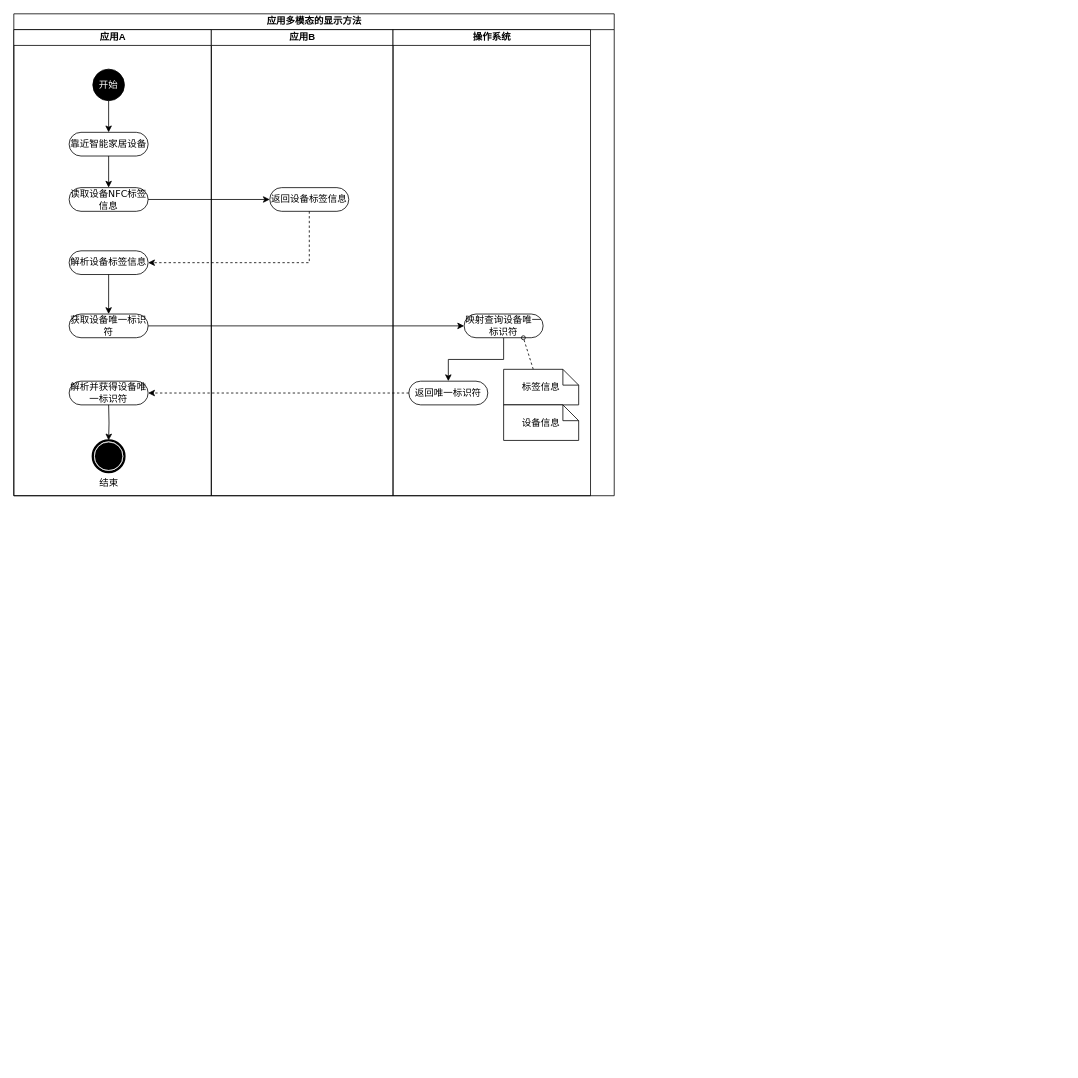
Earlier version of the draw.io diagram draw/应用多模态的显示方法.drawio (befairyliu/draw.io). Source tidied: cells renumbered, new cells numbered last; positions are measured from the earlier drawing's top-left corner, leaving out a move shared by most shapes. Both pictures are drawn from the tidied source at 79%, with x=0, y=0 at pixel (13, 13).
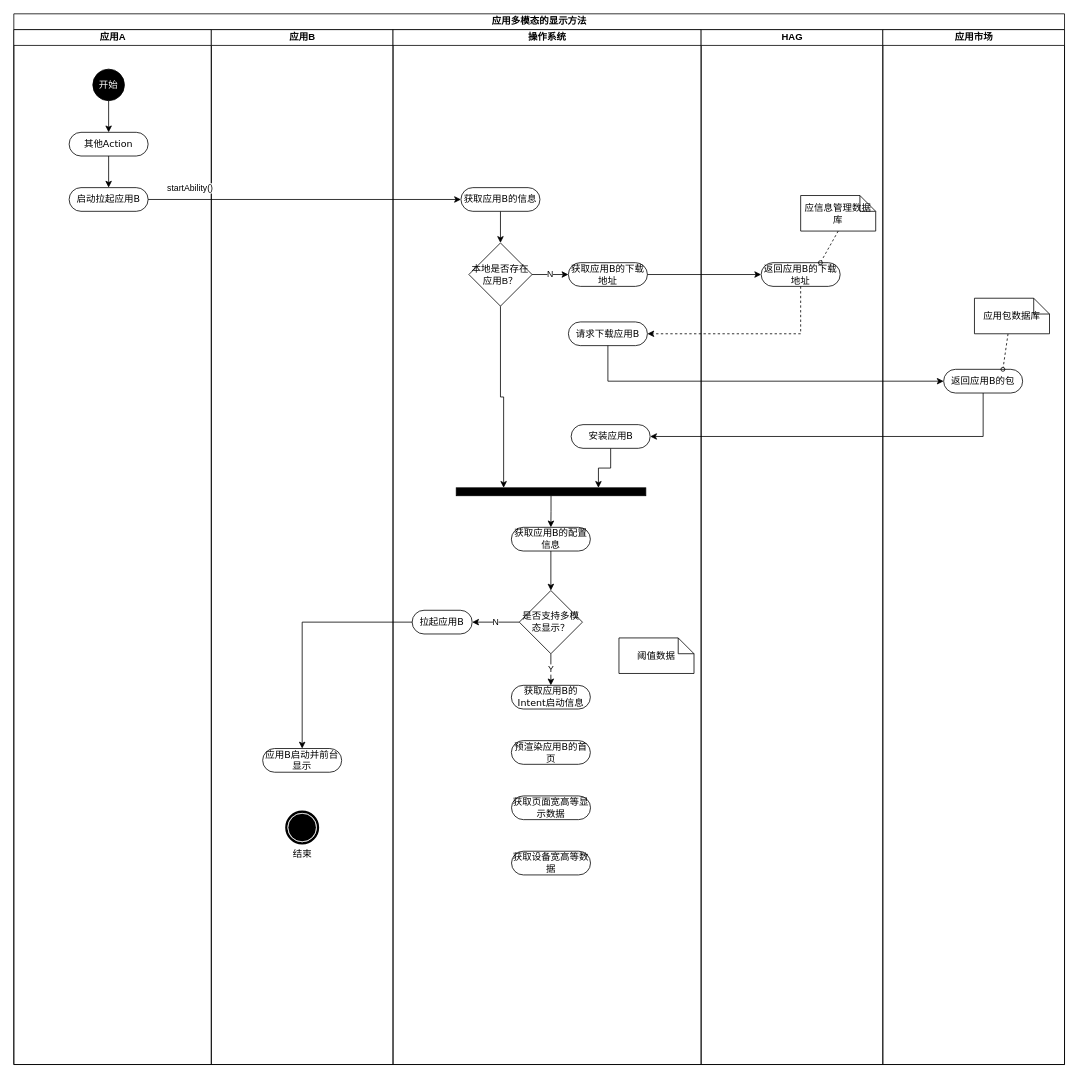
After the change.

Commit message (it also covers changes not shown here):
Update 应用多模态的显示方法.drawio

Diff of the diagram source:
```diff
@@
     <mxCell id="2" value="应用多模态的显示方法" style="swimlane;html=1;startSize=20;rounded=0;shadow=0;comic=0;labelBackgroundColor=none;strokeWidth=1;fontFamily=Verdana;fontSize=12;align=center;" parent="1" vertex="1">
-      <mxGeometry width="760" height="610" as="geometry" />
+      <mxGeometry width="1330" height="1330" as="geometry" />
     </mxCell>
     <mxCell id="3" value="应用A" style="swimlane;html=1;startSize=20;" parent="2" vertex="1">
-      <mxGeometry y="20" width="250" height="590" as="geometry" />
+      <mxGeometry y="20" width="250" height="1310" as="geometry" />
     </mxCell>
-    <mxCell id="4" value="获取设备唯一标识符" style="rounded=1;whiteSpace=wrap;html=1;shadow=0;comic=0;labelBackgroundColor=none;strokeWidth=1;fontFamily=Verdana;fontSize=12;align=center;arcSize=50;" parent="3" vertex="1">
-      <mxGeometry x="70" y="360" width="100" height="30" as="geometry" />
-    </mxCell>
-    <mxCell id="5" value="解析并获得设备唯一标识符" style="rounded=1;whiteSpace=wrap;html=1;shadow=0;comic=0;labelBackgroundColor=none;strokeWidth=1;fontFamily=Verdana;fontSize=12;align=center;arcSize=50;" parent="3" vertex="1">
-      <mxGeometry x="70" y="445" width="100" height="30" as="geometry" />
-    </mxCell>
-    <mxCell id="6" style="edgeStyle=orthogonalEdgeStyle;rounded=0;jettySize=auto;html=1;exitX=0.5;exitY=1;exitDx=0;exitDy=0;entryX=0.5;entryY=0;entryDx=0;entryDy=0;" parent="3" edge="1" target="7">
-      <mxGeometry relative="1" as="geometry">
-        <mxPoint x="120" y="475" as="sourcePoint" />
-      </mxGeometry>
-    </mxCell>
+    <mxCell id="8" value="应用B" style="swimlane;html=1;startSize=20;" parent="2" vertex="1">
+      <mxGeometry x="250" y="20" width="230" height="1310" as="geometry" />
+    </mxCell>
+    <mxCell id="28" value="应用B启动并前台显示" style="rounded=1;whiteSpace=wrap;html=1;shadow=0;comic=0;labelBackgroundColor=none;strokeWidth=1;fontFamily=Verdana;fontSize=12;align=center;arcSize=50;" parent="8" vertex="1">
+      <mxGeometry x="65" y="910" width="100" height="30" as="geometry" />
+    </mxCell>
-    <mxCell id="7" value="结束" style="shape=mxgraph.bpmn.shape;html=1;verticalLabelPosition=bottom;labelBackgroundColor=#ffffff;verticalAlign=top;perimeter=ellipsePerimeter;outline=end;symbol=terminate;rounded=0;shadow=0;comic=0;strokeWidth=1;fontFamily=Verdana;fontSize=12;align=center;" parent="3" vertex="1">
-      <mxGeometry x="100" y="520" width="40" height="40" as="geometry" />
+    <mxCell id="7" value="结束" style="shape=mxgraph.bpmn.shape;html=1;verticalLabelPosition=bottom;labelBackgroundColor=#ffffff;verticalAlign=top;perimeter=ellipsePerimeter;outline=end;symbol=terminate;rounded=0;shadow=0;comic=0;strokeWidth=1;fontFamily=Verdana;fontSize=12;align=center;" parent="8" vertex="1">
+      <mxGeometry x="95" y="990" width="40" height="40" as="geometry" />
     </mxCell>
-    <mxCell id="8" value="应用B" style="swimlane;html=1;startSize=20;" parent="2" vertex="1">
-      <mxGeometry x="250" y="20" width="230" height="590" as="geometry" />
-    </mxCell>
-    <mxCell id="9" value="返回设备标签信息" style="rounded=1;whiteSpace=wrap;html=1;shadow=0;comic=0;labelBackgroundColor=none;strokeWidth=1;fontFamily=Verdana;fontSize=12;align=center;arcSize=50;" parent="8" vertex="1">
-      <mxGeometry x="74" y="200" width="100" height="30" as="geometry" />
-    </mxCell>
     <mxCell id="10" value="操作系统" style="swimlane;html=1;startSize=20;" parent="2" vertex="1">
-      <mxGeometry x="480" y="20" width="250" height="590" as="geometry" />
+      <mxGeometry x="480" y="20" width="390" height="1310" as="geometry" />
     </mxCell>
@@
-    <mxCell id="14" value="靠近智能家居设备" style="rounded=1;whiteSpace=wrap;html=1;shadow=0;comic=0;labelBackgroundColor=none;strokeWidth=1;fontFamily=Verdana;fontSize=12;align=center;arcSize=50;" parent="10" vertex="1">
+    <mxCell id="14" value="其他Action" style="rounded=1;whiteSpace=wrap;html=1;shadow=0;comic=0;labelBackgroundColor=none;strokeWidth=1;fontFamily=Verdana;fontSize=12;align=center;arcSize=50;" parent="10" vertex="1">
       <mxGeometry x="-410" y="130" width="100" height="30" as="geometry" />
     </mxCell>
-    <mxCell id="15" value="读取设备NFC标签信息" style="rounded=1;whiteSpace=wrap;html=1;shadow=0;comic=0;labelBackgroundColor=none;strokeWidth=1;fontFamily=Verdana;fontSize=12;align=center;arcSize=50;" parent="10" vertex="1">
+    <mxCell id="15" value="启动拉起应用B" style="rounded=1;whiteSpace=wrap;html=1;shadow=0;comic=0;labelBackgroundColor=none;strokeWidth=1;fontFamily=Verdana;fontSize=12;align=center;arcSize=50;" parent="10" vertex="1">
       <mxGeometry x="-410" y="200" width="100" height="30" as="geometry" />
     </mxCell>
-    <mxCell id="16" value="解析设备标签信息" style="rounded=1;whiteSpace=wrap;html=1;shadow=0;comic=0;labelBackgroundColor=none;strokeWidth=1;fontFamily=Verdana;fontSize=12;align=center;arcSize=50;" parent="10" vertex="1">
-      <mxGeometry x="-410" y="280" width="100" height="30" as="geometry" />
-    </mxCell>
-    <mxCell id="17" value="返回唯一标识符" style="rounded=1;whiteSpace=wrap;html=1;shadow=0;comic=0;labelBackgroundColor=none;strokeWidth=1;fontFamily=Verdana;fontSize=12;align=center;arcSize=50;" parent="10" vertex="1">
-      <mxGeometry x="20" y="445" width="100" height="30" as="geometry" />
-    </mxCell>
-    <mxCell id="18" style="edgeStyle=orthogonalEdgeStyle;rounded=0;jettySize=auto;html=1;exitX=0.5;exitY=1;exitDx=0;exitDy=0;entryX=0.5;entryY=0;entryDx=0;entryDy=0;" parent="10" edge="1" source="19" target="17">
-      <mxGeometry relative="1" as="geometry" />
-    </mxCell>
-    <mxCell id="19" value="映射查询设备唯一标识符" style="rounded=1;whiteSpace=wrap;html=1;shadow=0;comic=0;labelBackgroundColor=none;strokeWidth=1;fontFamily=Verdana;fontSize=12;align=center;arcSize=50;" parent="10" vertex="1">
-      <mxGeometry x="90" y="360" width="100" height="30" as="geometry" />
-    </mxCell>
-    <mxCell id="20" style="edgeStyle=none;rounded=0;html=1;dashed=1;labelBackgroundColor=none;startArrow=none;startFill=0;startSize=5;endArrow=oval;endFill=0;endSize=5;jettySize=auto;strokeWidth=1;fontFamily=Verdana;fontSize=12;exitX=0;exitY=0;exitDx=37.5;exitDy=0;exitPerimeter=0;entryX=0.75;entryY=1;entryDx=0;entryDy=0;" parent="10" edge="1" source="21" target="19">
-      <mxGeometry relative="1" as="geometry" />
-    </mxCell>
-    <mxCell id="21" value="标签信息" style="shape=note;whiteSpace=wrap;html=1;rounded=0;shadow=0;comic=0;labelBackgroundColor=none;strokeWidth=1;fontFamily=Verdana;fontSize=12;align=center;size=20;" parent="10" vertex="1">
-      <mxGeometry x="140" y="430" width="95" height="45" as="geometry" />
-    </mxCell>
-    <mxCell id="22" value="设备信息" style="shape=note;whiteSpace=wrap;html=1;rounded=0;shadow=0;comic=0;labelBackgroundColor=none;strokeWidth=1;fontFamily=Verdana;fontSize=12;align=center;size=20;" parent="10" vertex="1">
-      <mxGeometry x="140" y="475" width="95" height="45" as="geometry" />
-    </mxCell>
-    <mxCell id="23" style="edgeStyle=orthogonalEdgeStyle;rounded=0;jettySize=auto;html=1;exitX=1;exitY=0.5;exitDx=0;exitDy=0;entryX=0;entryY=0.5;entryDx=0;entryDy=0;" parent="2" edge="1" source="15" target="9">
+    <mxCell id="23" style="edgeStyle=orthogonalEdgeStyle;rounded=0;jettySize=auto;html=1;exitX=1;exitY=0.5;exitDx=0;exitDy=0;entryX=0;entryY=0.5;entryDx=0;entryDy=0;" parent="10" edge="1" source="15" target="9">
       <mxGeometry relative="1" as="geometry" />
     </mxCell>
-    <mxCell id="24" style="edgeStyle=orthogonalEdgeStyle;rounded=0;jettySize=auto;html=1;exitX=0.5;exitY=1;exitDx=0;exitDy=0;entryX=1;entryY=0.5;entryDx=0;entryDy=0;dashed=1;" parent="2" edge="1" source="9" target="16">
-      <mxGeometry relative="1" as="geometry" />
-    </mxCell>
-    <mxCell id="25" style="edgeStyle=orthogonalEdgeStyle;rounded=0;jettySize=auto;html=1;exitX=0.5;exitY=1;exitDx=0;exitDy=0;" parent="2" edge="1" source="16" target="4">
-      <mxGeometry relative="1" as="geometry" />
-    </mxCell>
-    <mxCell id="26" style="edgeStyle=orthogonalEdgeStyle;rounded=0;jettySize=auto;html=1;exitX=1;exitY=0.5;exitDx=0;exitDy=0;entryX=0;entryY=0.5;entryDx=0;entryDy=0;" parent="2" edge="1" source="4" target="19">
-      <mxGeometry relative="1" as="geometry" />
-    </mxCell>
-    <mxCell id="27" style="edgeStyle=orthogonalEdgeStyle;rounded=0;jettySize=auto;html=1;exitX=0;exitY=0.5;exitDx=0;exitDy=0;entryX=1;entryY=0.5;entryDx=0;entryDy=0;dashed=1;" parent="2" edge="1" source="17" target="5">
-      <mxGeometry relative="1" as="geometry" />
-    </mxCell>
+    <mxCell id="29" value="startAbility()" style="edgeLabel;html=1;align=center;verticalAlign=middle;" parent="23" vertex="1">
+      <mxGeometry x="-0.76" relative="1" as="geometry">
+        <mxPoint x="4" y="-15" as="offset" />
+      </mxGeometry>
+    </mxCell>
+    <mxCell id="30" value="N" style="edgeStyle=orthogonalEdgeStyle;rounded=0;jettySize=auto;html=1;exitX=1;exitY=0.5;exitDx=0;exitDy=0;entryX=0;entryY=0.5;entryDx=0;entryDy=0;" parent="10" edge="1" source="32" target="46">
+      <mxGeometry relative="1" as="geometry" />
+    </mxCell>
+    <mxCell id="31" style="edgeStyle=orthogonalEdgeStyle;rounded=0;jettySize=auto;html=1;exitX=0.5;exitY=1;exitDx=0;exitDy=0;entryX=0.25;entryY=0;entryDx=0;entryDy=0;" parent="10" edge="1" source="32" target="42">
+      <mxGeometry relative="1" as="geometry" />
+    </mxCell>
+    <mxCell id="32" value="本地是否存在应用B？" style="rhombus;whiteSpace=wrap;html=1;" parent="10" vertex="1">
+      <mxGeometry x="96" y="270" width="80" height="80" as="geometry" />
+    </mxCell>
+    <mxCell id="33" style="edgeStyle=orthogonalEdgeStyle;rounded=0;jettySize=auto;html=1;exitX=0.5;exitY=1;exitDx=0;exitDy=0;entryX=0.5;entryY=0;entryDx=0;entryDy=0;" parent="10" edge="1" source="9" target="32">
+      <mxGeometry relative="1" as="geometry" />
+    </mxCell>
+    <mxCell id="9" value="获取应用B的信息" style="rounded=1;whiteSpace=wrap;html=1;shadow=0;comic=0;labelBackgroundColor=none;strokeWidth=1;fontFamily=Verdana;fontSize=12;align=center;arcSize=50;" parent="10" vertex="1">
+      <mxGeometry x="86" y="200" width="100" height="30" as="geometry" />
+    </mxCell>
+    <mxCell id="34" value="拉起应用B" style="rounded=1;whiteSpace=wrap;html=1;shadow=0;comic=0;labelBackgroundColor=none;strokeWidth=1;fontFamily=Verdana;fontSize=12;align=center;arcSize=50;" parent="10" vertex="1">
+      <mxGeometry x="24.2" y="735" width="76" height="30" as="geometry" />
+    </mxCell>
+    <mxCell id="35" value="N" style="edgeStyle=orthogonalEdgeStyle;rounded=0;jettySize=auto;html=1;exitX=0;exitY=0.5;exitDx=0;exitDy=0;entryX=1;entryY=0.5;entryDx=0;entryDy=0;" parent="10" edge="1" source="38" target="34">
+      <mxGeometry relative="1" as="geometry" />
+    </mxCell>
+    <mxCell id="36" style="edgeStyle=orthogonalEdgeStyle;rounded=0;jettySize=auto;html=1;exitX=0.5;exitY=1;exitDx=0;exitDy=0;entryX=0.5;entryY=0;entryDx=0;entryDy=0;" parent="10" edge="1" source="39" target="38">
+      <mxGeometry relative="1" as="geometry" />
+    </mxCell>
+    <mxCell id="37" value="Y" style="edgeStyle=orthogonalEdgeStyle;rounded=0;jettySize=auto;html=1;exitX=0.5;exitY=1;exitDx=0;exitDy=0;entryX=0.5;entryY=0;entryDx=0;entryDy=0;" parent="10" edge="1" source="38" target="40">
+      <mxGeometry relative="1" as="geometry" />
+    </mxCell>
+    <mxCell id="38" value="是否支持多模态显示？" style="rhombus;whiteSpace=wrap;html=1;" parent="10" vertex="1">
+      <mxGeometry x="159.8" y="710" width="80" height="80" as="geometry" />
+    </mxCell>
+    <mxCell id="39" value="获取应用B的配置信息" style="rounded=1;whiteSpace=wrap;html=1;shadow=0;comic=0;labelBackgroundColor=none;strokeWidth=1;fontFamily=Verdana;fontSize=12;align=center;arcSize=50;" parent="10" vertex="1">
+      <mxGeometry x="149.8" y="630" width="100" height="30" as="geometry" />
+    </mxCell>
+    <mxCell id="40" value="获取应用B的Intent启动信息" style="rounded=1;whiteSpace=wrap;html=1;shadow=0;comic=0;labelBackgroundColor=none;strokeWidth=1;fontFamily=Verdana;fontSize=12;align=center;arcSize=50;" parent="10" vertex="1">
+      <mxGeometry x="149.8" y="830" width="100" height="30" as="geometry" />
+    </mxCell>
+    <mxCell id="41" style="edgeStyle=orthogonalEdgeStyle;rounded=0;jettySize=auto;html=1;exitX=0.5;exitY=1;exitDx=0;exitDy=0;" parent="10" edge="1" source="42" target="39">
+      <mxGeometry relative="1" as="geometry" />
+    </mxCell>
+    <mxCell id="42" style="whiteSpace=wrap;html=1;rounded=0;shadow=0;comic=0;labelBackgroundColor=none;strokeWidth=1;fillColor=#000000;fontFamily=Verdana;fontSize=12;align=center;rotation=0;" parent="10" vertex="1">
+      <mxGeometry x="80" y="580" width="240" height="10" as="geometry" />
+    </mxCell>
+    <mxCell id="43" value="预渲染应用B的首页" style="rounded=1;whiteSpace=wrap;html=1;shadow=0;comic=0;labelBackgroundColor=none;strokeWidth=1;fontFamily=Verdana;fontSize=12;align=center;arcSize=50;" parent="10" vertex="1">
+      <mxGeometry x="149.8" y="900" width="100" height="30" as="geometry" />
+    </mxCell>
+    <mxCell id="44" value="获取页面宽高等显示数据" style="rounded=1;whiteSpace=wrap;html=1;shadow=0;comic=0;labelBackgroundColor=none;strokeWidth=1;fontFamily=Verdana;fontSize=12;align=center;arcSize=50;" parent="10" vertex="1">
+      <mxGeometry x="150" y="970" width="100" height="30" as="geometry" />
+    </mxCell>
+    <mxCell id="45" value="获取设备宽高等数据" style="rounded=1;whiteSpace=wrap;html=1;shadow=0;comic=0;labelBackgroundColor=none;strokeWidth=1;fontFamily=Verdana;fontSize=12;align=center;arcSize=50;" parent="10" vertex="1">
+      <mxGeometry x="150" y="1040" width="100" height="30" as="geometry" />
+    </mxCell>
+    <mxCell id="46" value="获取应用B的下载地址" style="rounded=1;whiteSpace=wrap;html=1;shadow=0;comic=0;labelBackgroundColor=none;strokeWidth=1;fontFamily=Verdana;fontSize=12;align=center;arcSize=50;" parent="10" vertex="1">
+      <mxGeometry x="222" y="295" width="100" height="30" as="geometry" />
+    </mxCell>
+    <mxCell id="47" value="请求下载应用B" style="rounded=1;whiteSpace=wrap;html=1;shadow=0;comic=0;labelBackgroundColor=none;strokeWidth=1;fontFamily=Verdana;fontSize=12;align=center;arcSize=50;" parent="10" vertex="1">
+      <mxGeometry x="222" y="370" width="100" height="30" as="geometry" />
+    </mxCell>
+    <mxCell id="48" style="edgeStyle=orthogonalEdgeStyle;rounded=0;jettySize=auto;html=1;exitX=0.5;exitY=1;exitDx=0;exitDy=0;entryX=0.75;entryY=0;entryDx=0;entryDy=0;" parent="10" edge="1" source="49" target="42">
+      <mxGeometry relative="1" as="geometry" />
+    </mxCell>
+    <mxCell id="49" value="安装应用B" style="rounded=1;whiteSpace=wrap;html=1;shadow=0;comic=0;labelBackgroundColor=none;strokeWidth=1;fontFamily=Verdana;fontSize=12;align=center;arcSize=50;" parent="10" vertex="1">
+      <mxGeometry x="225.5" y="500" width="100" height="30" as="geometry" />
+    </mxCell>
+    <mxCell id="50" value="阈值数据" style="shape=note;whiteSpace=wrap;html=1;rounded=0;shadow=0;comic=0;labelBackgroundColor=none;strokeWidth=1;fontFamily=Verdana;fontSize=12;align=center;size=20;" parent="10" vertex="1">
+      <mxGeometry x="286" y="770" width="95" height="45" as="geometry" />
+    </mxCell>
+    <mxCell id="51" style="edgeStyle=orthogonalEdgeStyle;rounded=0;jettySize=auto;html=1;exitX=0;exitY=0.5;exitDx=0;exitDy=0;entryX=0.5;entryY=0;entryDx=0;entryDy=0;" parent="2" edge="1" source="34" target="28">
+      <mxGeometry relative="1" as="geometry" />
+    </mxCell>
+    <mxCell id="52" value="HAG" style="swimlane;html=1;startSize=20;" parent="2" vertex="1">
+      <mxGeometry x="870" y="20" width="230" height="1310" as="geometry" />
+    </mxCell>
+    <mxCell id="53" value="返回应用B的下载地址" style="rounded=1;whiteSpace=wrap;html=1;shadow=0;comic=0;labelBackgroundColor=none;strokeWidth=1;fontFamily=Verdana;fontSize=12;align=center;arcSize=50;" parent="52" vertex="1">
+      <mxGeometry x="76" y="295" width="100" height="30" as="geometry" />
+    </mxCell>
+    <mxCell id="54" style="edgeStyle=none;rounded=0;html=1;dashed=1;labelBackgroundColor=none;startArrow=none;startFill=0;startSize=5;endArrow=oval;endFill=0;endSize=5;jettySize=auto;strokeWidth=1;fontFamily=Verdana;fontSize=12;exitX=0.5;exitY=1;exitDx=0;exitDy=0;exitPerimeter=0;entryX=0.75;entryY=0;entryDx=0;entryDy=0;" parent="52" edge="1" source="55" target="53">
+      <mxGeometry relative="1" as="geometry" />
+    </mxCell>
+    <mxCell id="55" value="应信息管理数据库" style="shape=note;whiteSpace=wrap;html=1;rounded=0;shadow=0;comic=0;labelBackgroundColor=none;strokeWidth=1;fontFamily=Verdana;fontSize=12;align=center;size=20;" parent="52" vertex="1">
+      <mxGeometry x="126" y="210" width="95" height="45" as="geometry" />
+    </mxCell>
+    <mxCell id="56" value="应用市场" style="swimlane;html=1;startSize=20;" parent="2" vertex="1">
+      <mxGeometry x="1100" y="20" width="230" height="1310" as="geometry" />
+    </mxCell>
+    <mxCell id="57" value="返回应用B的包" style="rounded=1;whiteSpace=wrap;html=1;shadow=0;comic=0;labelBackgroundColor=none;strokeWidth=1;fontFamily=Verdana;fontSize=12;align=center;arcSize=50;" parent="56" vertex="1">
+      <mxGeometry x="77" y="430" width="100" height="30" as="geometry" />
+    </mxCell>
+    <mxCell id="58" style="edgeStyle=none;rounded=0;html=1;dashed=1;labelBackgroundColor=none;startArrow=none;startFill=0;startSize=5;endArrow=oval;endFill=0;endSize=5;jettySize=auto;strokeWidth=1;fontFamily=Verdana;fontSize=12;exitX=0;exitY=0;exitDx=37.5;exitDy=0;exitPerimeter=0;entryX=0.75;entryY=0;entryDx=0;entryDy=0;" parent="56" edge="1" target="57">
+      <mxGeometry relative="1" as="geometry">
+        <mxPoint x="158.5" y="385" as="sourcePoint" />
+      </mxGeometry>
+    </mxCell>
+    <mxCell id="59" value="应用包数据库" style="shape=note;whiteSpace=wrap;html=1;rounded=0;shadow=0;comic=0;labelBackgroundColor=none;strokeWidth=1;fontFamily=Verdana;fontSize=12;align=center;size=20;" parent="56" vertex="1">
+      <mxGeometry x="116" y="340" width="95" height="45" as="geometry" />
+    </mxCell>
+    <mxCell id="60" style="edgeStyle=orthogonalEdgeStyle;rounded=0;jettySize=auto;html=1;exitX=1;exitY=0.5;exitDx=0;exitDy=0;entryX=0;entryY=0.5;entryDx=0;entryDy=0;" parent="2" edge="1" source="46" target="53">
+      <mxGeometry relative="1" as="geometry" />
+    </mxCell>
+    <mxCell id="61" style="edgeStyle=orthogonalEdgeStyle;rounded=0;jettySize=auto;html=1;exitX=0.5;exitY=1;exitDx=0;exitDy=0;entryX=1;entryY=0.5;entryDx=0;entryDy=0;dashed=1;" parent="2" edge="1" source="53" target="47">
+      <mxGeometry relative="1" as="geometry" />
+    </mxCell>
+    <mxCell id="62" style="edgeStyle=orthogonalEdgeStyle;rounded=0;jettySize=auto;html=1;exitX=0.5;exitY=1;exitDx=0;exitDy=0;entryX=0;entryY=0.5;entryDx=0;entryDy=0;" parent="2" edge="1" source="47" target="57">
+      <mxGeometry relative="1" as="geometry" />
+    </mxCell>
+    <mxCell id="63" style="edgeStyle=orthogonalEdgeStyle;rounded=0;jettySize=auto;html=1;exitX=0.5;exitY=1;exitDx=0;exitDy=0;entryX=1;entryY=0.5;entryDx=0;entryDy=0;" parent="2" edge="1" source="57" target="49">
+      <mxGeometry relative="1" as="geometry" />
+    </mxCell>
```
